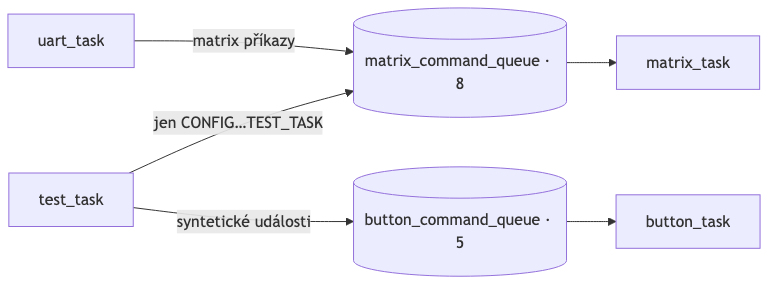
AlfredKrutina/chess_esp32_c6_devkit keeps this Mermaid diagram as docs/diagrams/auxiliary_queues.png. Above is the earlier version. Its source is kept beside it as docs/diagrams/sources/auxiliary_queues.mmd. Source of this version:
```mermaid
flowchart LR
  UT[uart_task] -->|matrix příkazy| MCQ[("matrix_command_queue · 8")]
  TT[test_task] -->|jen CONFIG…TEST_TASK| MCQ
  MCQ --> MT[matrix_task]

  TT -->|syntetické události| BCQ[("button_command_queue · 5")]
  BCQ --> BT[button_task]
```
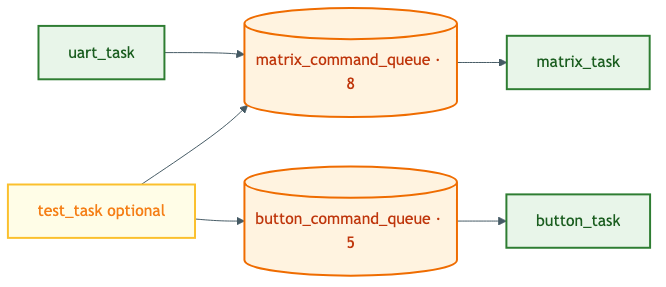
The same diagram one commit later.

The edit, as a diff of the source:
```diff
@@ -1,7 +1,12 @@
+%%{init: {'theme':'base', 'themeVariables': {'lineColor':'#455a64'}}}%%
 flowchart LR
-  UT[uart_task] -->|matrix příkazy| MCQ[("matrix_command_queue · 8")]
-  TT[test_task] -->|jen CONFIG…TEST_TASK| MCQ
-  MCQ --> MT[matrix_task]
+  UT[uart_task]:::t --> MCQ[("matrix_command_queue · 8")]:::q
+  TT[test_task optional]:::opt --> MCQ
+  MCQ --> MT[matrix_task]:::t
 
-  TT -->|syntetické události| BCQ[("button_command_queue · 5")]
-  BCQ --> BT[button_task]
+  TT --> BCQ[("button_command_queue · 5")]:::q
+  BCQ --> BT[button_task]:::t
+
+  classDef t fill:#e8f5e9,stroke:#2e7d32,stroke-width:2px,color:#1b5e20
+  classDef q fill:#fff3e0,stroke:#ef6c00,stroke-width:2px,color:#bf360c
+  classDef opt fill:#fffde7,stroke:#fbc02d,stroke-width:2px,color:#f57f17
```
